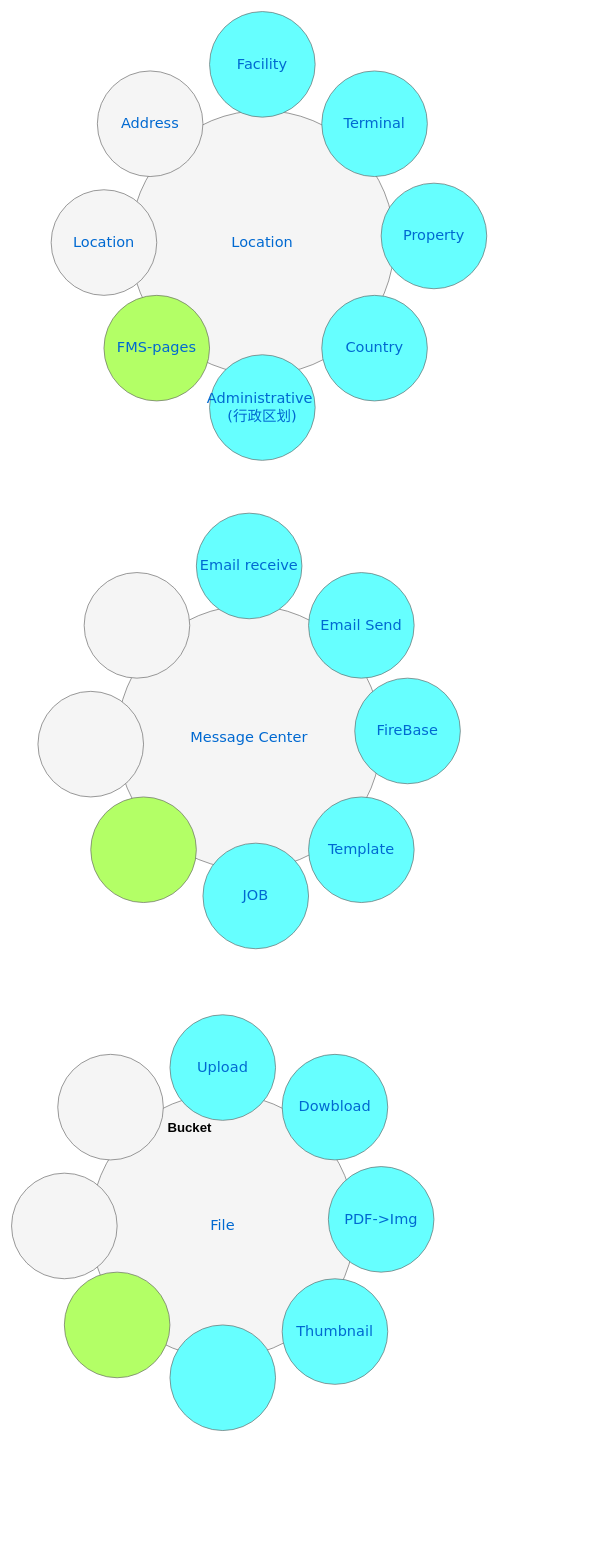
Earlier version of the draw.io diagram public-module/location/Untitled Diagram.drawio (316189693/drawio). Source tidied: cells renumbered, new cells numbered last; positions are measured from the earlier drawing's top-left corner, leaving out a move shared by most shapes. Both pictures are drawn from the tidied source at 66%, with x=0, y=0 at pixel (11, 11).
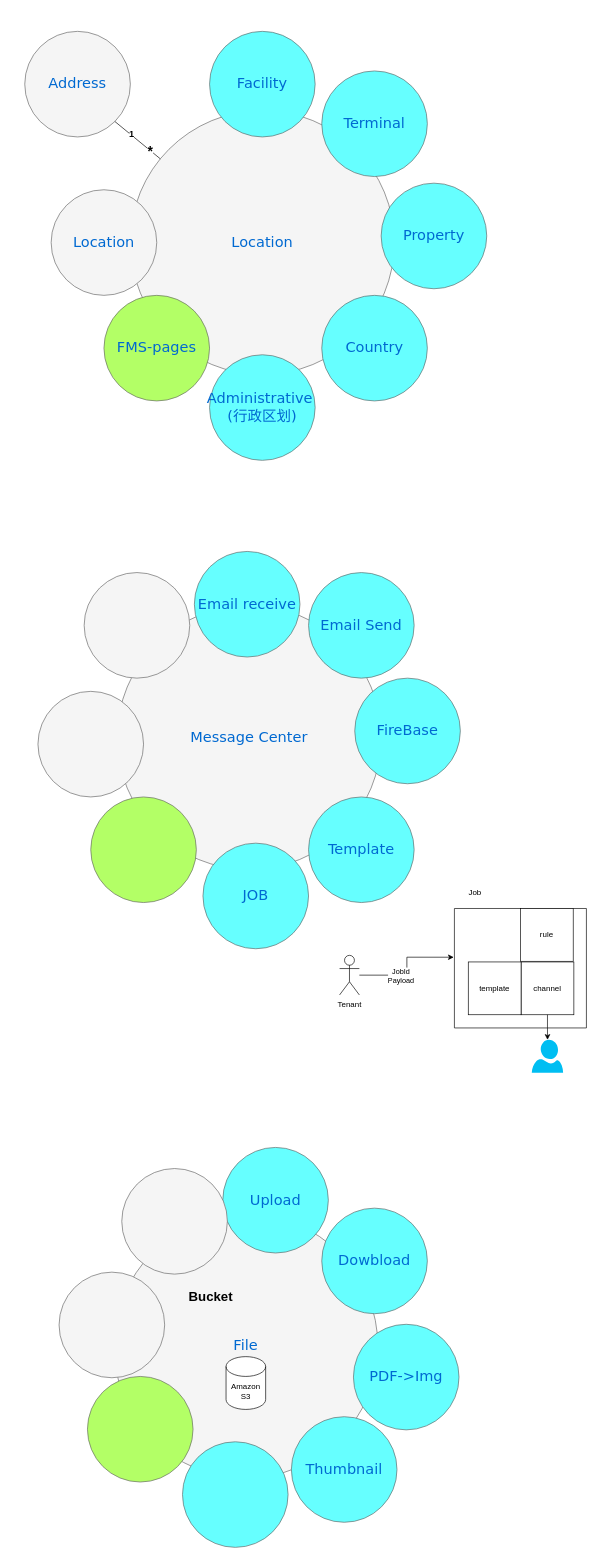
The same page after the edit.

Unchanged cells that the change refers to:
```xml
<mxCell id="2" value="Location" style="ellipse;whiteSpace=wrap;html=1;rounded=0;shadow=0;dashed=0;comic=0;fontFamily=Verdana;fontSize=22;fontColor=#0069D1;fillColor=#f5f5f5;strokeColor=#666666;" parent="1" vertex="1">
  <mxGeometry x="180" y="150" width="400" height="400" as="geometry" />
</mxCell>
```

Diff of the diagram source:
```diff
@@
     <mxCell id="3" value="Facility" style="ellipse;whiteSpace=wrap;html=1;rounded=0;shadow=0;dashed=0;comic=0;fontFamily=Verdana;fontSize=22;fontColor=#0069D1;fillColor=#66FFFF;strokeColor=#666666;" parent="1" vertex="1">
-      <mxGeometry x="300" width="160" height="160" as="geometry" />
+      <mxGeometry x="300" y="30" width="160" height="160" as="geometry" />
     </mxCell>
@@
     <mxCell id="7" value="Address" style="ellipse;whiteSpace=wrap;html=1;rounded=0;shadow=0;dashed=0;comic=0;fontFamily=Verdana;fontSize=22;fontColor=#0069D1;fillColor=#f5f5f5;strokeColor=#666666;" parent="1" vertex="1">
-      <mxGeometry x="130" y="90" width="160" height="160" as="geometry" />
+      <mxGeometry x="20" y="30" width="160" height="160" as="geometry" />
     </mxCell>
@@
     <mxCell id="12" value="Email receive" style="ellipse;whiteSpace=wrap;html=1;rounded=0;shadow=0;dashed=0;comic=0;fontFamily=Verdana;fontSize=22;fontColor=#0069D1;fillColor=#66FFFF;strokeColor=#666666;" parent="1" vertex="1">
-      <mxGeometry x="280" y="760" width="160" height="160" as="geometry" />
+      <mxGeometry x="277" y="818" width="160" height="160" as="geometry" />
     </mxCell>
@@
     <mxCell id="20" value="File" style="ellipse;whiteSpace=wrap;html=1;rounded=0;shadow=0;dashed=0;comic=0;fontFamily=Verdana;fontSize=22;fontColor=#0069D1;fillColor=#f5f5f5;strokeColor=#666666;" parent="1" vertex="1">
-      <mxGeometry x="120" y="1640" width="400" height="400" as="geometry" />
+      <mxGeometry x="155" y="1822" width="400" height="400" as="geometry" />
     </mxCell>
     <mxCell id="21" value="Upload" style="ellipse;whiteSpace=wrap;html=1;rounded=0;shadow=0;dashed=0;comic=0;fontFamily=Verdana;fontSize=22;fontColor=#0069D1;fillColor=#66FFFF;strokeColor=#666666;" parent="1" vertex="1">
-      <mxGeometry x="240" y="1520" width="160" height="160" as="geometry" />
+      <mxGeometry x="320" y="1721" width="160" height="160" as="geometry" />
     </mxCell>
     <mxCell id="22" style="ellipse;whiteSpace=wrap;html=1;rounded=0;shadow=0;dashed=0;comic=0;fontFamily=Verdana;fontSize=22;fontColor=#0069D1;fillColor=#66FFFF;strokeColor=#666666;" parent="1" vertex="1">
-      <mxGeometry x="240" y="1990" width="160" height="160" as="geometry" />
+      <mxGeometry x="259" y="2167" width="160" height="160" as="geometry" />
     </mxCell>
     <mxCell id="23" value="PDF-&amp;gt;Img" style="ellipse;whiteSpace=wrap;html=1;rounded=0;shadow=0;dashed=0;comic=0;fontFamily=Verdana;fontSize=22;fontColor=#0069D1;fillColor=#66FFFF;strokeColor=#666666;" parent="1" vertex="1">
-      <mxGeometry x="480" y="1750" width="160" height="160" as="geometry" />
+      <mxGeometry x="518" y="1989" width="160" height="160" as="geometry" />
     </mxCell>
     <mxCell id="24" style="ellipse;whiteSpace=wrap;html=1;rounded=0;shadow=0;dashed=0;comic=0;fontFamily=Verdana;fontSize=22;fontColor=#0069D1;fillColor=#B3FF66;strokeColor=#666666;" parent="1" vertex="1">
-      <mxGeometry x="80" y="1910" width="160" height="160" as="geometry" />
+      <mxGeometry x="115" y="2068" width="160" height="160" as="geometry" />
     </mxCell>
     <mxCell id="25" style="ellipse;whiteSpace=wrap;html=1;rounded=0;shadow=0;dashed=0;comic=0;fontFamily=Verdana;fontSize=22;fontColor=#0069D1;fillColor=#f5f5f5;strokeColor=#666666;" parent="1" vertex="1">
-      <mxGeometry x="70" y="1580" width="160" height="160" as="geometry" />
+      <mxGeometry x="167" y="1753" width="160" height="160" as="geometry" />
     </mxCell>
     <mxCell id="26" value="Dowbload" style="ellipse;whiteSpace=wrap;html=1;rounded=0;shadow=0;dashed=0;comic=0;fontFamily=Verdana;fontSize=22;fontColor=#0069D1;fillColor=#66FFFF;strokeColor=#666666;" parent="1" vertex="1">
-      <mxGeometry x="410" y="1580" width="160" height="160" as="geometry" />
+      <mxGeometry x="470" y="1813" width="160" height="160" as="geometry" />
     </mxCell>
     <mxCell id="27" value="Thumbnail" style="ellipse;whiteSpace=wrap;html=1;rounded=0;shadow=0;dashed=0;comic=0;fontFamily=Verdana;fontSize=22;fontColor=#0069D1;fillColor=#66FFFF;strokeColor=#666666;" parent="1" vertex="1">
-      <mxGeometry x="410" y="1920" width="160" height="160" as="geometry" />
+      <mxGeometry x="424" y="2129" width="160" height="160" as="geometry" />
     </mxCell>
     <mxCell id="28" style="ellipse;whiteSpace=wrap;html=1;rounded=0;shadow=0;dashed=0;comic=0;fontFamily=Verdana;fontSize=22;fontColor=#0069D1;fillColor=#f5f5f5;strokeColor=#666666;" parent="1" vertex="1">
-      <mxGeometry y="1760" width="160" height="160" as="geometry" />
+      <mxGeometry x="72" y="1910" width="160" height="160" as="geometry" />
     </mxCell>
     <mxCell id="29" value="Bucket" style="text;html=1;align=center;verticalAlign=middle;whiteSpace=wrap;rounded=0;fontStyle=1;fontSize=20;" parent="1" vertex="1">
-      <mxGeometry x="240" y="1675" width="60" height="30" as="geometry" />
+      <mxGeometry x="272" y="1931" width="60" height="30" as="geometry" />
     </mxCell>
+    <mxCell id="30" style="endArrow=none;html=1;rounded=0;entryX=1;entryY=1;entryDx=0;entryDy=0;" parent="1" edge="1" source="2" target="7">
+      <mxGeometry relative="1" as="geometry" />
+    </mxCell>
+    <mxCell id="31" value="1" style="edgeLabel;html=1;align=center;verticalAlign=middle;fontStyle=1;fontSize=14;" parent="30" vertex="1">
+      <mxGeometry x="0.33" y="-2" relative="1" as="geometry" />
+    </mxCell>
+    <mxCell id="32" value="*" style="edgeLabel;html=1;align=center;verticalAlign=middle;fontStyle=1;fontSize=21;" parent="30" vertex="1">
+      <mxGeometry x="-0.54" y="1" relative="1" as="geometry" />
+    </mxCell>
+    <mxCell id="33" value="Amazon S3" style="shape=cylinder3;whiteSpace=wrap;html=1;boundedLbl=1;backgroundOutline=1;size=15;" parent="1" vertex="1">
+      <mxGeometry x="325" y="2038" width="60" height="80" as="geometry" />
+    </mxCell>
+    <mxCell id="34" value="channel" style="whiteSpace=wrap;html=1;" parent="1" vertex="1">
+      <mxGeometry x="772" y="1440" width="80" height="80" as="geometry" />
+    </mxCell>
+    <mxCell id="35" value="template" style="whiteSpace=wrap;html=1;" parent="1" vertex="1">
+      <mxGeometry x="692" y="1440" width="80" height="80" as="geometry" />
+    </mxCell>
+    <mxCell id="36" style="swimlane;startSize=0;" parent="1" vertex="1">
+      <mxGeometry x="671" y="1359" width="200" height="181" as="geometry" />
+    </mxCell>
+    <mxCell id="37" value="rule" style="whiteSpace=wrap;html=1;" parent="36" vertex="1">
+      <mxGeometry x="100" width="80" height="80" as="geometry" />
+    </mxCell>
+    <mxCell id="38" value="Tenant" style="shape=umlActor;verticalLabelPosition=bottom;verticalAlign=top;html=1;outlineConnect=0;" parent="1" vertex="1">
+      <mxGeometry x="497" y="1430" width="30" height="60" as="geometry" />
+    </mxCell>
+    <mxCell id="39" style="edgeStyle=orthogonalEdgeStyle;rounded=0;jettySize=auto;html=1;entryX=-0.005;entryY=0.408;entryDx=0;entryDy=0;entryPerimeter=0;" parent="1" edge="1" source="38" target="36">
+      <mxGeometry relative="1" as="geometry" />
+    </mxCell>
+    <mxCell id="40" value="JobId&lt;div&gt;Payload&lt;/div&gt;" style="edgeLabel;html=1;align=center;verticalAlign=middle;" parent="39" vertex="1">
+      <mxGeometry x="-0.27" y="-1" relative="1" as="geometry" />
+    </mxCell>
+    <mxCell id="41" style="edgeStyle=orthogonalEdgeStyle;rounded=0;jettySize=auto;html=1;" parent="1" edge="1" source="34">
+      <mxGeometry relative="1" as="geometry">
+        <mxPoint x="812.1" y="1558" as="targetPoint" />
+      </mxGeometry>
+    </mxCell>
+    <mxCell id="42" style="verticalLabelPosition=bottom;html=1;verticalAlign=top;align=center;strokeColor=none;fillColor=#00BEF2;shape=mxgraph.azure.user;" parent="1" vertex="1">
+      <mxGeometry x="788.2" y="1558" width="47.5" height="50" as="geometry" />
+    </mxCell>
+    <mxCell id="43" value="Job" style="text;html=1;align=center;verticalAlign=middle;strokeColor=none;fillColor=none;" parent="1" vertex="1">
+      <mxGeometry x="682" y="1320" width="40" height="30" as="geometry" />
+    </mxCell>
```
